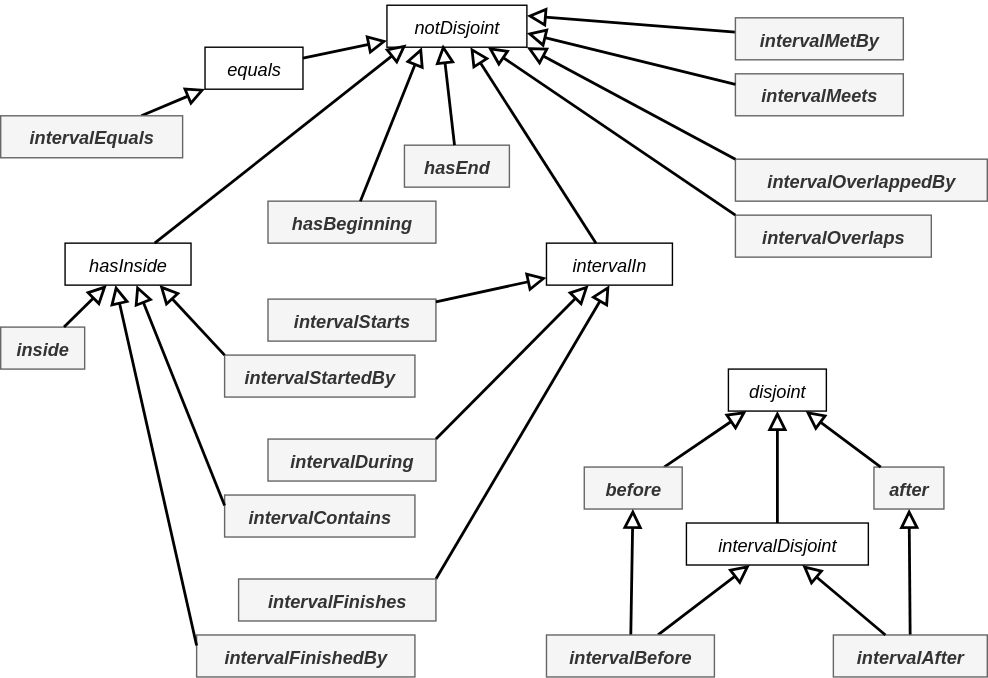
Above: images/topology-properties.svg in w3c/sdw-time (draw.io), before the change. Source tidied: cells renumbered, new cells last; positions are measured from the earlier drawing's top-left corner, leaving out a move shared by most shapes.
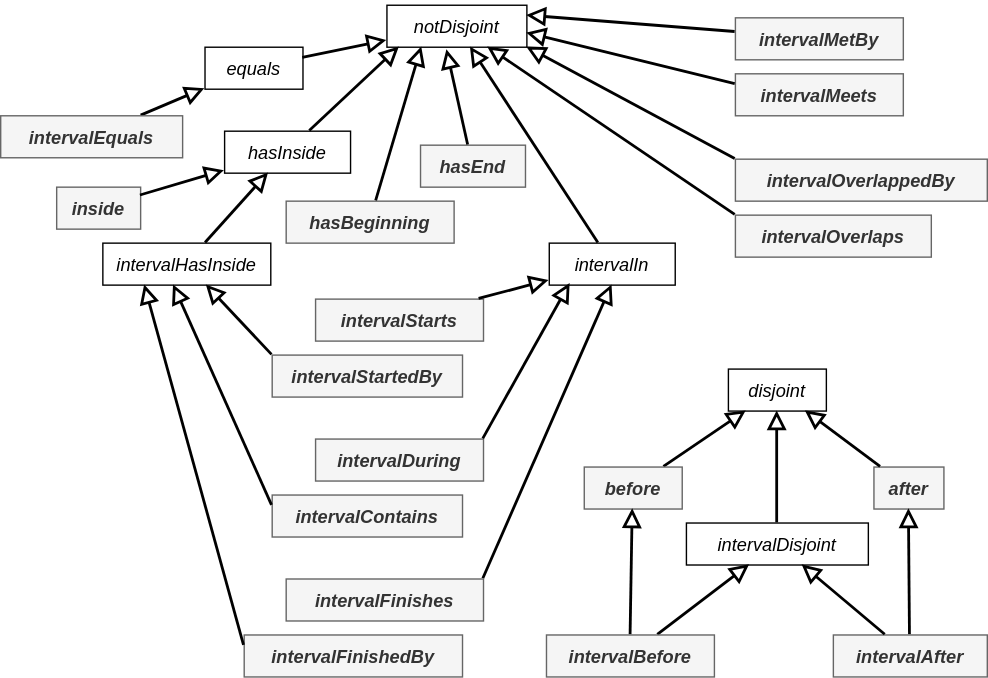
The same file after the commit.

Commit message:
Add equivalentClass|Property axioms to BFO/CCO Add intervalHasInside between hasInside and intervalStartedBy|intervalContains|intervalFinishedBy

Change to the diagram source:
```diff
@@ -54,25 +54,25 @@
       <mxGeometry relative="1" as="geometry" />
     </mxCell>
     <mxCell id="19" value="hasInside" style="html=1;overflow=block;blockSpacing=1;whiteSpace=wrap;fontSize=13;fontColor=default;align=center;spacing=0;strokeOpacity=100;fillColor=none;strokeWidth=1;strokeColor=default;convertToSvg=1;fontStyle=2;" parent="1" vertex="1">
-      <mxGeometry x="46" y="170" width="90" height="30" as="geometry" />
+      <mxGeometry x="160" y="90" width="90" height="30" as="geometry" />
     </mxCell>
     <mxCell id="20" style="html=1;jettySize=18;whiteSpace=wrap;fontSize=13;strokeColor=default;strokeOpacity=100;fixDash=1;strokeWidth=2;rounded=0;startArrow=none;endArrow=block;lucidId=XvNQ3zJcAKRb;endFill=0;endSize=9;fontColor=default;convertToSvg=1;fontStyle=2;entryX=1;entryY=0.25;entryDx=0;entryDy=0;" parent="1" edge="1" source="28" target="2">
       <mxGeometry relative="1" as="geometry" />
     </mxCell>
     <mxCell id="21" value="intervalIn" style="html=1;overflow=block;blockSpacing=1;whiteSpace=wrap;fontSize=13;fontColor=default;align=center;spacing=0;strokeOpacity=100;fillColor=none;strokeWidth=1;strokeColor=default;convertToSvg=1;fontStyle=2;" parent="1" vertex="1">
-      <mxGeometry x="390" y="170" width="90" height="30" as="geometry" />
+      <mxGeometry x="392" y="170" width="90" height="30" as="geometry" />
     </mxCell>
     <mxCell id="22" style="html=1;jettySize=18;whiteSpace=wrap;fontSize=13;strokeColor=default;strokeOpacity=100;fixDash=1;strokeWidth=2;rounded=0;startArrow=none;endArrow=block;lucidId=XvNQ3zJcAKRb;endFill=0;endSize=9;fontColor=default;convertToSvg=1;exitX=1;exitY=0;exitDx=0;exitDy=0;fontStyle=2;entryX=0.5;entryY=1;entryDx=0;entryDy=0;" parent="1" edge="1" source="49" target="21">
       <mxGeometry relative="1" as="geometry" />
     </mxCell>
-    <mxCell id="23" style="html=1;jettySize=18;whiteSpace=wrap;fontSize=13;strokeColor=default;strokeOpacity=100;fixDash=1;strokeWidth=2;rounded=0;startArrow=none;endArrow=block;lucidId=XvNQ3zJcAKRb;endFill=0;endSize=9;fontColor=default;convertToSvg=1;fontStyle=2;entryX=0.14;entryY=0.933;entryDx=0;entryDy=0;entryPerimeter=0;" parent="1" edge="1" source="19" target="2">
+    <mxCell id="23" style="html=1;jettySize=18;whiteSpace=wrap;fontSize=13;strokeColor=default;strokeOpacity=100;fixDash=1;strokeWidth=2;rounded=0;startArrow=none;endArrow=block;lucidId=XvNQ3zJcAKRb;endFill=0;endSize=9;fontColor=default;convertToSvg=1;fontStyle=2;entryX=0.09;entryY=1;entryDx=0;entryDy=0;entryPerimeter=0;" parent="1" edge="1" source="19" target="2">
       <mxGeometry relative="1" as="geometry" />
     </mxCell>
     <mxCell id="24" style="html=1;jettySize=18;whiteSpace=wrap;fontSize=13;strokeColor=default;strokeOpacity=100;fixDash=1;strokeWidth=2;rounded=0;startArrow=none;endArrow=block;lucidId=XvNQ3zJcAKRb;endFill=0;endSize=9;fontColor=default;convertToSvg=1;fontStyle=2;" parent="1" edge="1" source="21" target="2">
       <mxGeometry relative="1" as="geometry" />
     </mxCell>
     <mxCell id="25" value="intervalStarts" style="html=1;overflow=block;blockSpacing=1;whiteSpace=wrap;fontSize=13;fontColor=#333333;align=center;spacing=0;strokeOpacity=100;fillColor=#f5f5f5;strokeWidth=1;strokeColor=#666666;convertToSvg=1;fontStyle=3;" parent="1" vertex="1">
-      <mxGeometry x="191" y="210" width="120" height="30" as="geometry" />
+      <mxGeometry x="225" y="210" width="120" height="30" as="geometry" />
     </mxCell>
     <mxCell id="26" style="html=1;jettySize=18;whiteSpace=wrap;fontSize=13;strokeColor=default;strokeOpacity=100;fixDash=1;strokeWidth=2;rounded=0;startArrow=none;endArrow=block;lucidId=XvNQ3zJcAKRb;endFill=0;endSize=9;fontColor=default;convertToSvg=1;fontStyle=2;" parent="1" edge="1" source="25" target="21">
       <mxGeometry relative="1" as="geometry" />
@@ -90,9 +90,9 @@
       <mxGeometry x="525" y="110" width="180" height="30" as="geometry" />
     </mxCell>
     <mxCell id="31" value="intervalDuring" style="html=1;overflow=block;blockSpacing=1;whiteSpace=wrap;fontSize=13;fontColor=#333333;align=center;spacing=0;strokeOpacity=100;fillColor=#f5f5f5;strokeWidth=1;strokeColor=#666666;convertToSvg=1;fontStyle=3;" parent="1" vertex="1">
-      <mxGeometry x="191" y="310" width="120" height="30" as="geometry" />
+      <mxGeometry x="225" y="310" width="120" height="30" as="geometry" />
     </mxCell>
-    <mxCell id="32" style="html=1;jettySize=18;whiteSpace=wrap;fontSize=13;strokeColor=default;strokeOpacity=100;fixDash=1;strokeWidth=2;rounded=0;startArrow=none;endArrow=block;lucidId=XvNQ3zJcAKRb;endFill=0;endSize=9;fontColor=default;convertToSvg=1;exitX=1;exitY=0;exitDx=0;exitDy=0;fontStyle=2;" parent="1" edge="1" source="31" target="21">
+    <mxCell id="32" style="html=1;jettySize=18;whiteSpace=wrap;fontSize=13;strokeColor=default;strokeOpacity=100;fixDash=1;strokeWidth=2;rounded=0;startArrow=none;endArrow=block;lucidId=XvNQ3zJcAKRb;endFill=0;endSize=9;fontColor=default;convertToSvg=1;exitX=1;exitY=0;exitDx=0;exitDy=0;fontStyle=2;entryX=0.167;entryY=0.967;entryDx=0;entryDy=0;entryPerimeter=0;" parent="1" edge="1" source="31" target="21">
       <mxGeometry relative="1" as="geometry" />
     </mxCell>
     <mxCell id="33" style="html=1;jettySize=18;whiteSpace=wrap;fontSize=13;strokeColor=default;strokeOpacity=100;fixDash=1;strokeWidth=2;rounded=0;startArrow=none;endArrow=block;lucidId=XvNQ3zJcAKRb;endFill=0;endSize=9;fontColor=default;convertToSvg=1;fontStyle=2;exitX=0;exitY=0.25;exitDx=0;exitDy=0;" parent="1" edge="1" source="27">
@@ -110,45 +110,49 @@
       <mxGeometry y="79" width="130" height="30" as="geometry" />
     </mxCell>
     <mxCell id="37" value="intervalFinishedBy" style="html=1;overflow=block;blockSpacing=1;whiteSpace=wrap;fontSize=13;fontColor=#333333;align=center;spacing=0;strokeOpacity=100;fillColor=#f5f5f5;strokeWidth=1;strokeColor=#666666;convertToSvg=1;fontStyle=3;" parent="1" vertex="1">
-      <mxGeometry x="140" y="450" width="156" height="30" as="geometry" />
+      <mxGeometry x="174" y="450" width="156" height="30" as="geometry" />
     </mxCell>
     <mxCell id="38" value="intervalStartedBy" style="html=1;overflow=block;blockSpacing=1;whiteSpace=wrap;fontSize=13;fontColor=#333333;align=center;spacing=0;strokeOpacity=100;fillColor=#f5f5f5;strokeWidth=1;strokeColor=#666666;convertToSvg=1;fontStyle=3;" parent="1" vertex="1">
-      <mxGeometry x="160" y="250" width="136" height="30" as="geometry" />
+      <mxGeometry x="194" y="250" width="136" height="30" as="geometry" />
     </mxCell>
     <mxCell id="39" value="intervalContains" style="html=1;overflow=block;blockSpacing=1;whiteSpace=wrap;fontSize=13;fontColor=#333333;align=center;spacing=0;strokeOpacity=100;fillColor=#f5f5f5;strokeWidth=1;strokeColor=#666666;convertToSvg=1;fontStyle=3;" parent="1" vertex="1">
-      <mxGeometry x="160" y="350" width="136" height="30" as="geometry" />
+      <mxGeometry x="194" y="350" width="136" height="30" as="geometry" />
     </mxCell>
     <mxCell id="40" value="inside" style="html=1;overflow=block;blockSpacing=1;whiteSpace=wrap;fontSize=13;fontColor=#333333;align=center;spacing=0;strokeOpacity=100;fillColor=#f5f5f5;strokeWidth=1;strokeColor=#666666;convertToSvg=1;fontStyle=3;" parent="1" vertex="1">
-      <mxGeometry y="230" width="60" height="30" as="geometry" />
+      <mxGeometry x="40" y="130" width="60" height="30" as="geometry" />
     </mxCell>
-    <mxCell id="41" style="html=1;jettySize=18;whiteSpace=wrap;fontSize=13;strokeColor=default;strokeOpacity=100;fixDash=1;strokeWidth=2;rounded=0;startArrow=none;endArrow=block;lucidId=XvNQ3zJcAKRb;endFill=0;endSize=9;fontColor=default;convertToSvg=1;exitX=0;exitY=0;exitDx=0;exitDy=0;fontStyle=2;entryX=0.75;entryY=1;entryDx=0;entryDy=0;" parent="1" edge="1" source="38" target="19">
+    <mxCell id="41" style="html=1;jettySize=18;whiteSpace=wrap;fontSize=13;strokeColor=default;strokeOpacity=100;fixDash=1;strokeWidth=2;rounded=0;startArrow=none;endArrow=block;lucidId=XvNQ3zJcAKRb;endFill=0;endSize=9;fontColor=default;convertToSvg=1;exitX=0;exitY=0;exitDx=0;exitDy=0;fontStyle=2;" parent="1" edge="1" source="38" target="50">
       <mxGeometry relative="1" as="geometry" />
     </mxCell>
-    <mxCell id="42" style="html=1;jettySize=18;whiteSpace=wrap;fontSize=13;strokeColor=default;strokeOpacity=100;fixDash=1;strokeWidth=2;rounded=0;startArrow=none;endArrow=block;lucidId=XvNQ3zJcAKRb;endFill=0;endSize=9;fontColor=default;convertToSvg=1;exitX=0;exitY=0.25;exitDx=0;exitDy=0;fontStyle=2;" parent="1" edge="1" source="39" target="19">
+    <mxCell id="42" style="html=1;jettySize=18;whiteSpace=wrap;fontSize=13;strokeColor=default;strokeOpacity=100;fixDash=1;strokeWidth=2;rounded=0;startArrow=none;endArrow=block;lucidId=XvNQ3zJcAKRb;endFill=0;endSize=9;fontColor=default;convertToSvg=1;exitX=0;exitY=0.25;exitDx=0;exitDy=0;fontStyle=2;entryX=0.422;entryY=1;entryDx=0;entryDy=0;entryPerimeter=0;" parent="1" edge="1" source="39" target="50">
       <mxGeometry relative="1" as="geometry" />
     </mxCell>
-    <mxCell id="43" style="html=1;jettySize=18;whiteSpace=wrap;fontSize=13;strokeColor=default;strokeOpacity=100;fixDash=1;strokeWidth=2;rounded=0;startArrow=none;endArrow=block;lucidId=XvNQ3zJcAKRb;endFill=0;endSize=9;fontColor=default;convertToSvg=1;exitX=0;exitY=0.25;exitDx=0;exitDy=0;fontStyle=2;" parent="1" edge="1" source="37">
-      <mxGeometry relative="1" as="geometry">
-        <mxPoint x="82" y="200" as="targetPoint" />
-      </mxGeometry>
+    <mxCell id="43" style="html=1;jettySize=18;whiteSpace=wrap;fontSize=13;strokeColor=default;strokeOpacity=100;fixDash=1;strokeWidth=2;rounded=0;startArrow=none;endArrow=block;lucidId=XvNQ3zJcAKRb;endFill=0;endSize=9;fontColor=default;convertToSvg=1;exitX=0;exitY=0.25;exitDx=0;exitDy=0;fontStyle=2;entryX=0.25;entryY=1;entryDx=0;entryDy=0;" parent="1" edge="1" source="37" target="50">
+      <mxGeometry relative="1" as="geometry" />
     </mxCell>
     <mxCell id="44" style="html=1;jettySize=18;whiteSpace=wrap;fontSize=13;strokeColor=default;strokeOpacity=100;fixDash=1;strokeWidth=2;rounded=0;startArrow=none;endArrow=block;lucidId=XvNQ3zJcAKRb;endFill=0;endSize=9;fontColor=default;convertToSvg=1;fontStyle=2;" parent="1" edge="1" source="40" target="19">
       <mxGeometry relative="1" as="geometry" />
     </mxCell>
     <mxCell id="45" value="hasEnd" style="html=1;overflow=block;blockSpacing=1;whiteSpace=wrap;fontSize=13;fontColor=#333333;align=center;spacing=0;strokeOpacity=100;fillColor=#f5f5f5;strokeWidth=1;strokeColor=#666666;convertToSvg=1;fontStyle=3;" parent="1" vertex="1">
-      <mxGeometry x="288.5" y="100" width="75" height="30" as="geometry" />
+      <mxGeometry x="300" y="100" width="75" height="30" as="geometry" />
     </mxCell>
     <mxCell id="46" value="hasBeginning" style="html=1;overflow=block;blockSpacing=1;whiteSpace=wrap;fontSize=13;fontColor=#333333;align=center;spacing=0;strokeOpacity=100;fillColor=#f5f5f5;strokeWidth=1;strokeColor=#666666;convertToSvg=1;fontStyle=3;" parent="1" vertex="1">
-      <mxGeometry x="191" y="140" width="120" height="30" as="geometry" />
+      <mxGeometry x="204" y="140" width="120" height="30" as="geometry" />
     </mxCell>
     <mxCell id="47" style="html=1;jettySize=18;whiteSpace=wrap;fontSize=13;strokeColor=default;strokeOpacity=100;fixDash=1;strokeWidth=2;rounded=0;startArrow=none;endArrow=block;lucidId=XvNQ3zJcAKRb;endFill=0;endSize=9;fontColor=default;convertToSvg=1;fontStyle=2;entryX=0.25;entryY=1;entryDx=0;entryDy=0;" parent="1" edge="1" source="46" target="2">
       <mxGeometry relative="1" as="geometry" />
     </mxCell>
-    <mxCell id="48" style="html=1;jettySize=18;whiteSpace=wrap;fontSize=13;strokeColor=default;strokeOpacity=100;fixDash=1;strokeWidth=2;rounded=0;startArrow=none;endArrow=block;lucidId=XvNQ3zJcAKRb;endFill=0;endSize=9;fontColor=default;convertToSvg=1;fontStyle=2;entryX=0.4;entryY=0.933;entryDx=0;entryDy=0;entryPerimeter=0;" parent="1" edge="1" source="45" target="2">
+    <mxCell id="48" style="html=1;jettySize=18;whiteSpace=wrap;fontSize=13;strokeColor=default;strokeOpacity=100;fixDash=1;strokeWidth=2;rounded=0;startArrow=none;endArrow=block;lucidId=XvNQ3zJcAKRb;endFill=0;endSize=9;fontColor=default;convertToSvg=1;fontStyle=2;entryX=0.43;entryY=1.067;entryDx=0;entryDy=0;entryPerimeter=0;" parent="1" edge="1" source="45" target="2">
       <mxGeometry relative="1" as="geometry" />
     </mxCell>
     <mxCell id="49" value="intervalFinishes" style="html=1;overflow=block;blockSpacing=1;whiteSpace=wrap;fontSize=13;fontColor=#333333;align=center;spacing=0;strokeOpacity=100;fillColor=#f5f5f5;strokeWidth=1;strokeColor=#666666;convertToSvg=1;fontStyle=3;" parent="1" vertex="1">
-      <mxGeometry x="170" y="410" width="141" height="30" as="geometry" />
+      <mxGeometry x="204" y="410" width="141" height="30" as="geometry" />
     </mxCell>
+    <mxCell id="50" value="intervalHasInside" style="html=1;overflow=block;blockSpacing=1;whiteSpace=wrap;fontSize=13;fontColor=default;align=center;spacing=0;strokeOpacity=100;fillColor=none;strokeWidth=1;strokeColor=default;convertToSvg=1;fontStyle=2;" parent="1" vertex="1">
+      <mxGeometry x="73" y="170" width="120" height="30" as="geometry" />
+    </mxCell>
+    <mxCell id="51" style="html=1;jettySize=18;whiteSpace=wrap;fontSize=13;strokeColor=default;strokeOpacity=100;fixDash=1;strokeWidth=2;rounded=0;startArrow=none;endArrow=block;lucidId=XvNQ3zJcAKRb;endFill=0;endSize=9;fontColor=default;convertToSvg=1;fontStyle=2;" parent="1" edge="1" source="50" target="19">
+      <mxGeometry relative="1" as="geometry" />
+    </mxCell>
   </root>
 </mxGraphModel>
```
